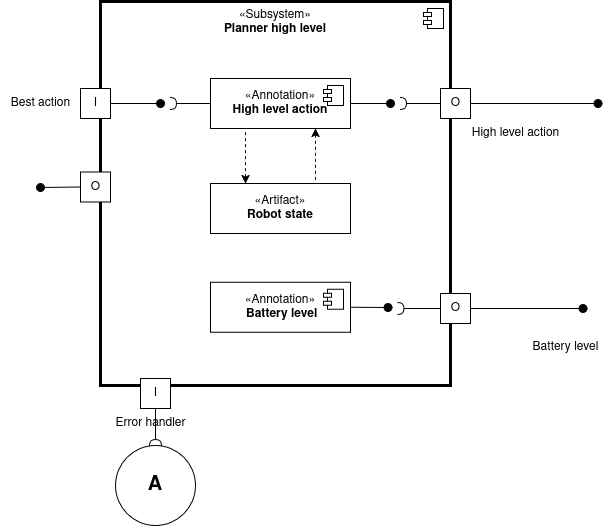
Above: docs/source/_static/planner.png in AlessandroMangili/Assignment_Cogar_group_I (draw.io), before the change. Source tidied: cells renumbered, new cells last; positions are measured from the earlier drawing's top-left corner, leaving out a move shared by most shapes.
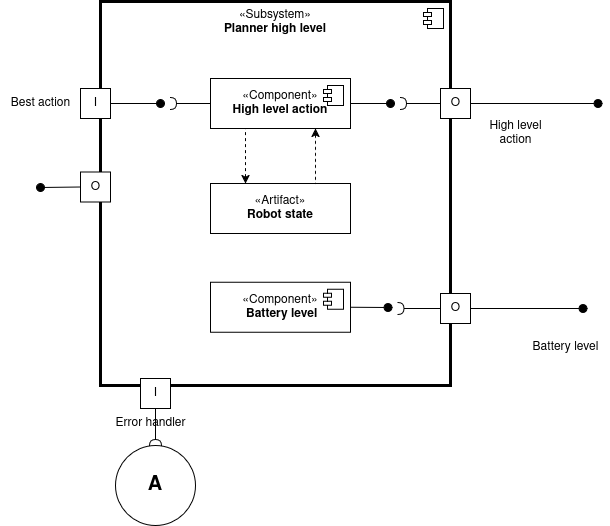
After the commit.

Change to the diagram source:
```diff
@@ -10,7 +10,7 @@
         <mxPoint x="-27" y="7" as="offset" />
       </mxGeometry>
     </mxCell>
-    <mxCell id="4" value="«Annotation»&lt;br&gt;&lt;b&gt;&amp;nbsp;Battery level&lt;/b&gt;" style="html=1;whiteSpace=wrap;" parent="1" vertex="1">
+    <mxCell id="4" value="«Component»&lt;br&gt;&lt;b&gt;&amp;nbsp;Battery level&lt;/b&gt;" style="html=1;whiteSpace=wrap;" parent="1" vertex="1">
       <mxGeometry x="210" y="280.8" width="140" height="50" as="geometry" />
     </mxCell>
     <mxCell id="5" style="shape=module;jettyWidth=8;jettyHeight=4;" parent="4" vertex="1">
@@ -36,7 +36,7 @@
     <mxCell id="9" value="Battery level" style="text;html=1;align=center;verticalAlign=middle;strokeColor=none;fillColor=none;" parent="1" vertex="1">
       <mxGeometry x="520" y="330.8" width="90" height="30" as="geometry" />
     </mxCell>
-    <mxCell id="10" value="«Annotation»&lt;br&gt;&lt;b&gt;High level action&lt;/b&gt;" style="html=1;whiteSpace=wrap;" parent="1" vertex="1">
+    <mxCell id="10" value="«Component»&lt;br&gt;&lt;b&gt;High level action&lt;/b&gt;" style="html=1;whiteSpace=wrap;" parent="1" vertex="1">
       <mxGeometry x="210" y="77" width="140" height="50" as="geometry" />
     </mxCell>
     <mxCell id="11" style="shape=module;jettyWidth=8;jettyHeight=4;" parent="10" vertex="1">
@@ -57,8 +57,8 @@
         <mxPoint x="597.5" y="102" as="targetPoint" />
       </mxGeometry>
     </mxCell>
-    <mxCell id="15" value="High level action" style="text;html=1;align=center;verticalAlign=middle;strokeColor=none;fillColor=none;" parent="1" vertex="1">
-      <mxGeometry x="460" y="117" width="110" height="30" as="geometry" />
+    <mxCell id="15" value="&lt;div&gt;High level&lt;/div&gt;&lt;div&gt;action&lt;/div&gt;" style="text;html=1;align=center;verticalAlign=middle;strokeColor=none;fillColor=none;" parent="1" vertex="1">
+      <mxGeometry x="475" y="112" width="80" height="40" as="geometry" />
     </mxCell>
     <mxCell id="16" value="«Artifact»&lt;br&gt;&lt;b&gt;Robot state&lt;/b&gt;" style="html=1;whiteSpace=wrap;" parent="1" vertex="1">
       <mxGeometry x="210" y="182" width="140" height="50" as="geometry" />
```
